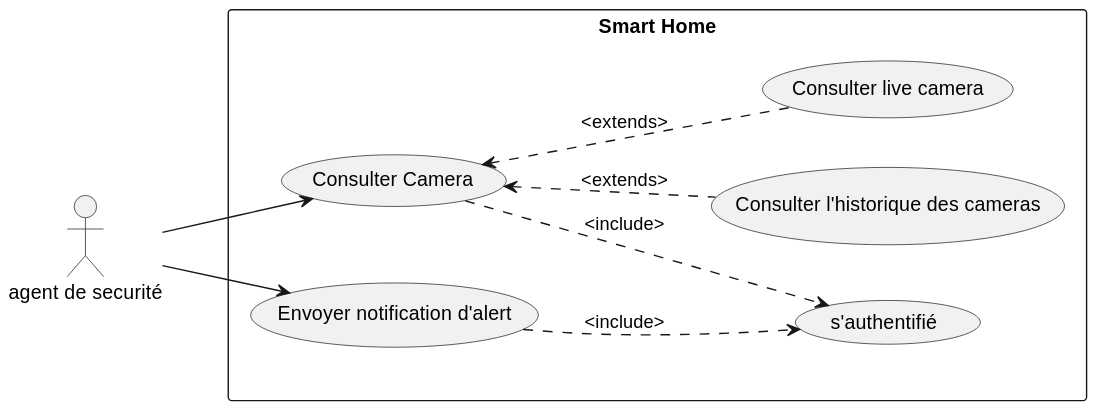
SemSSK/SmartHome keeps this PlantUML diagram as out/UmlDiagrams/DCUAgentDeSecuriter/DCUAgentDeSecuriter.svg. Above is the earlier version. Source of this version:
```plantuml
@startuml
    left to right direction
    actor "agent de securité" as ads
    rectangle "Smart Home" {
        usecase "Consulter Camera" as consultCams
        usecase "Consulter live camera" as consultLive
        usecase "Consulter l'historique des cameras" as consultHistory
        usecase "Envoyer notification d'alert" as sendNotif
        usecase "s'authentifié" as login
    }
    ads --> consultCams
    ads --> sendNotif
    consultCams <.down- consultLive : <extends>
    consultCams <.down- consultHistory : <extends>
    sendNotif .down.> login : <include>
    consultCams .down.> login : <include>
@enduml
```
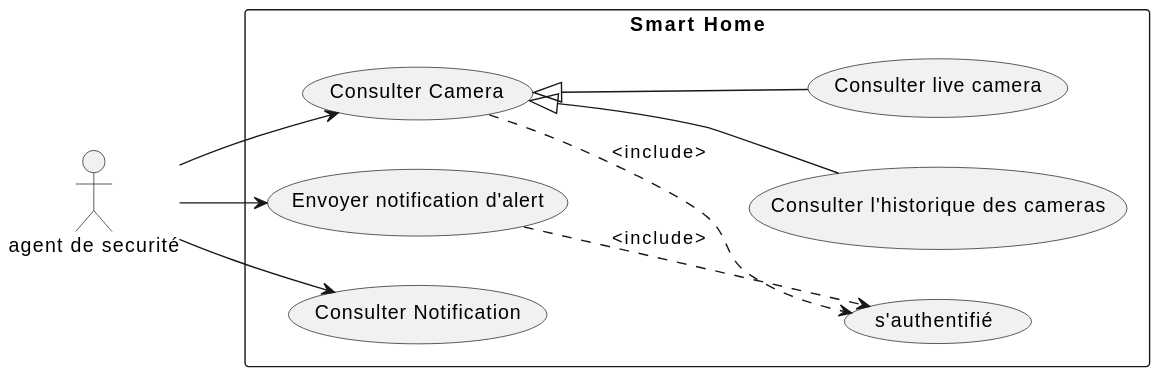
Later version of the same file.

What changed in the source:
```diff
@@ -7,11 +7,13 @@
         usecase "Consulter l'historique des cameras" as consultHistory
         usecase "Envoyer notification d'alert" as sendNotif
         usecase "s'authentifié" as login
+        usecase "Consulter Notification" as consultNotif
     }
     ads --> consultCams
     ads --> sendNotif
-    consultCams <.down- consultLive : <extends>
-    consultCams <.down- consultHistory : <extends>
+    ads --> consultNotif
+    consultCams <|-- consultLive
+    consultCams <|-- consultHistory
     sendNotif .down.> login : <include>
     consultCams .down.> login : <include>
 @enduml
```
